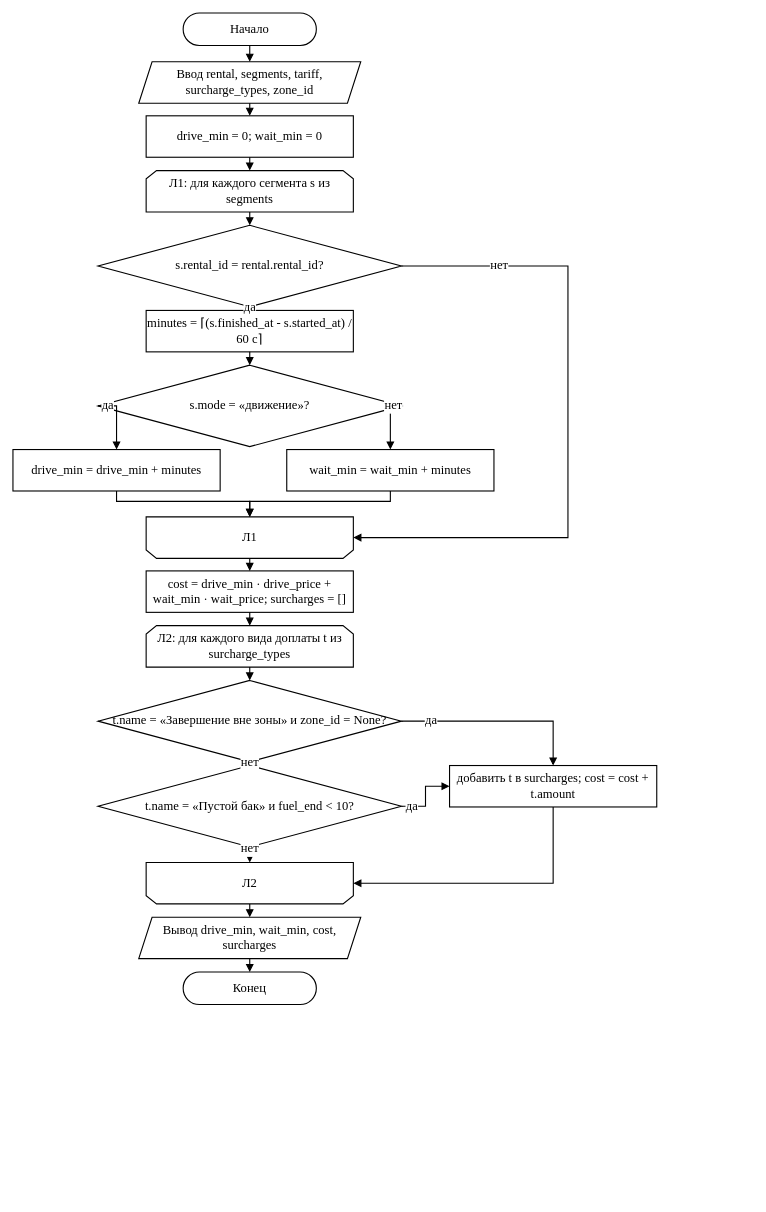
Above: models/algo_2.drawio in K1rL3s/mirea-ucheb-prak (draw.io), before the change. Source tidied: cells renumbered, new cells numbered last; positions are measured from the earlier drawing's top-left corner, leaving out a move shared by most shapes. Both pictures are drawn from the tidied source at 74%, with x=0, y=0 at pixel (13, 13).
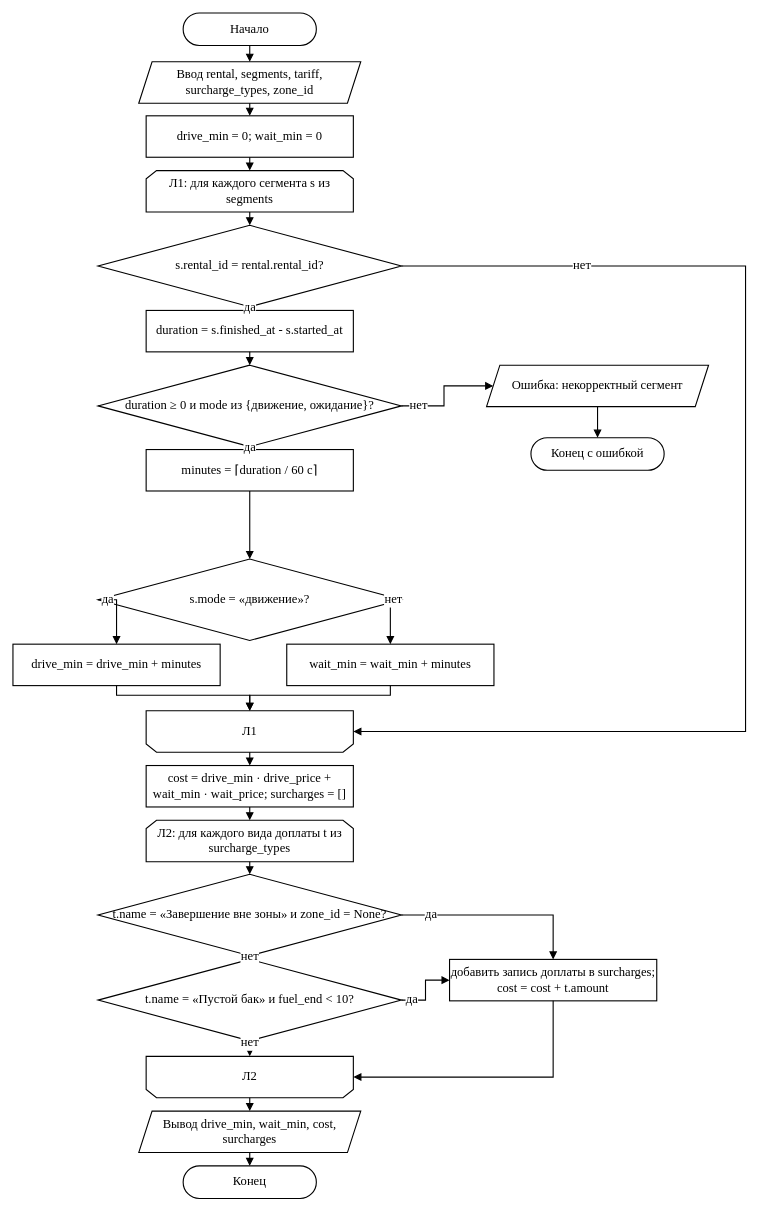
The same diagram, later.

Unchanged cells that the change refers to:
```xml
<mxCell id="6" value="s.rental_id = rental.rental_id?" style="rhombus;whiteSpace=wrap;html=1;fontSize=17;fontFamily=Times New Roman;strokeWidth=1.5;" parent="1" vertex="1">
  <mxGeometry x="115" y="287" width="410" height="110" as="geometry" />
</mxCell>
```

Change to the diagram source:
```diff
@@
+    <mxCell id="41" value="duration = s.finished_at - s.started_at" style="rounded=0;whiteSpace=wrap;html=1;fontSize=17;fontFamily=Times New Roman;strokeWidth=1.5;" parent="1" vertex="1">
+      <mxGeometry x="180" y="402" width="280" height="56" as="geometry" />
+    </mxCell>
+    <mxCell id="42" value="duration ≥ 0 и mode из {движение, ожидание}?" style="rhombus;whiteSpace=wrap;html=1;fontSize=17;fontFamily=Times New Roman;strokeWidth=1.5;" parent="1" vertex="1">
+      <mxGeometry x="115" y="476" width="410" height="110" as="geometry" />
+    </mxCell>
+    <mxCell id="43" value="Ошибка: некорректный сегмент" style="shape=parallelogram;perimeter=parallelogramPerimeter;fixedSize=1;size=18;whiteSpace=wrap;html=1;fontSize=17;fontFamily=Times New Roman;strokeWidth=1.5;" parent="1" vertex="1">
+      <mxGeometry x="640" y="476" width="300" height="56" as="geometry" />
+    </mxCell>
+    <mxCell id="44" value="Конец с ошибкой" style="rounded=1;arcSize=50;whiteSpace=wrap;html=1;fontSize=17;fontFamily=Times New Roman;strokeWidth=1.5;" parent="1" vertex="1">
+      <mxGeometry x="700" y="574" width="180" height="44" as="geometry" />
+    </mxCell>
-    <mxCell id="7" value="minutes = ⌈(s.finished_at - s.started_at) / 60 с⌉" style="rounded=0;whiteSpace=wrap;html=1;fontSize=17;fontFamily=Times New Roman;strokeWidth=1.5;" parent="1" vertex="1">
-      <mxGeometry x="180" y="402" width="280" height="56" as="geometry" />
+    <mxCell id="7" value="minutes = ⌈duration / 60 с⌉" style="rounded=0;whiteSpace=wrap;html=1;fontSize=17;fontFamily=Times New Roman;strokeWidth=1.5;" parent="1" vertex="1">
+      <mxGeometry x="180" y="590" width="280" height="56" as="geometry" />
     </mxCell>
     <mxCell id="8" value="s.mode = «движение»?" style="rhombus;whiteSpace=wrap;html=1;fontSize=17;fontFamily=Times New Roman;strokeWidth=1.5;" parent="1" vertex="1">
-      <mxGeometry x="115" y="476" width="410" height="110" as="geometry" />
+      <mxGeometry x="115" y="738" width="410" height="110" as="geometry" />
     </mxCell>
     <mxCell id="9" value="drive_min = drive_min + minutes" style="rounded=0;whiteSpace=wrap;html=1;fontSize=17;fontFamily=Times New Roman;strokeWidth=1.5;" parent="1" vertex="1">
-      <mxGeometry y="590" width="280" height="56" as="geometry" />
+      <mxGeometry y="853" width="280" height="56" as="geometry" />
     </mxCell>
     <mxCell id="10" value="wait_min = wait_min + minutes" style="rounded=0;whiteSpace=wrap;html=1;fontSize=17;fontFamily=Times New Roman;strokeWidth=1.5;" parent="1" vertex="1">
-      <mxGeometry x="370" y="590" width="280" height="56" as="geometry" />
+      <mxGeometry x="370" y="853" width="280" height="56" as="geometry" />
     </mxCell>
     <mxCell id="11" value="Л1" style="shape=loopLimit;whiteSpace=wrap;html=1;size=14;flipV=1;fontSize=17;fontFamily=Times New Roman;strokeWidth=1.5;" parent="1" vertex="1">
-      <mxGeometry x="180" y="681" width="280" height="56" as="geometry" />
+      <mxGeometry x="180" y="943" width="280" height="56" as="geometry" />
     </mxCell>
     <mxCell id="12" value="cost = drive_min · drive_price + wait_min · wait_price; surcharges = []" style="rounded=0;whiteSpace=wrap;html=1;fontSize=17;fontFamily=Times New Roman;strokeWidth=1.5;" parent="1" vertex="1">
-      <mxGeometry x="180" y="754" width="280" height="56" as="geometry" />
+      <mxGeometry x="180" y="1017" width="280" height="56" as="geometry" />
     </mxCell>
     <mxCell id="13" value="Л2: для каждого вида доплаты t из surcharge_types" style="shape=loopLimit;whiteSpace=wrap;html=1;size=14;fontSize=17;fontFamily=Times New Roman;strokeWidth=1.5;" parent="1" vertex="1">
-      <mxGeometry x="180" y="828" width="280" height="56" as="geometry" />
+      <mxGeometry x="180" y="1091" width="280" height="56" as="geometry" />
     </mxCell>
     <mxCell id="14" value="t.name = «Завершение вне зоны» и zone_id = None?" style="rhombus;whiteSpace=wrap;html=1;fontSize=17;fontFamily=Times New Roman;strokeWidth=1.5;" parent="1" vertex="1">
-      <mxGeometry x="115" y="902" width="410" height="110" as="geometry" />
+      <mxGeometry x="115" y="1164" width="410" height="110" as="geometry" />
     </mxCell>
     <mxCell id="15" value="t.name = «Пустой бак» и fuel_end &amp;lt; 10?" style="rhombus;whiteSpace=wrap;html=1;fontSize=17;fontFamily=Times New Roman;strokeWidth=1.5;" parent="1" vertex="1">
-      <mxGeometry x="115" y="1017" width="410" height="110" as="geometry" />
+      <mxGeometry x="115" y="1279" width="410" height="110" as="geometry" />
     </mxCell>
-    <mxCell id="16" value="добавить t в surcharges; cost = cost + t.amount" style="rounded=0;whiteSpace=wrap;html=1;fontSize=17;fontFamily=Times New Roman;strokeWidth=1.5;" parent="1" vertex="1">
-      <mxGeometry x="590" y="1017" width="280" height="56" as="geometry" />
+    <mxCell id="16" value="добавить запись доплаты в surcharges; cost = cost + t.amount" style="rounded=0;whiteSpace=wrap;html=1;fontSize=17;fontFamily=Times New Roman;strokeWidth=1.5;" parent="1" vertex="1">
+      <mxGeometry x="590" y="1279" width="280" height="56" as="geometry" />
     </mxCell>
     <mxCell id="17" value="Л2" style="shape=loopLimit;whiteSpace=wrap;html=1;size=14;flipV=1;fontSize=17;fontFamily=Times New Roman;strokeWidth=1.5;" parent="1" vertex="1">
-      <mxGeometry x="180" y="1148" width="280" height="56" as="geometry" />
+      <mxGeometry x="180" y="1410" width="280" height="56" as="geometry" />
     </mxCell>
     <mxCell id="18" value="Вывод drive_min, wait_min, cost, surcharges" style="shape=parallelogram;perimeter=parallelogramPerimeter;fixedSize=1;size=18;whiteSpace=wrap;html=1;fontSize=17;fontFamily=Times New Roman;strokeWidth=1.5;" parent="1" vertex="1">
-      <mxGeometry x="170" y="1222" width="300" height="56" as="geometry" />
+      <mxGeometry x="170" y="1484" width="300" height="56" as="geometry" />
     </mxCell>
     <mxCell id="19" value="Конец" style="rounded=1;arcSize=50;whiteSpace=wrap;html=1;fontSize=17;fontFamily=Times New Roman;strokeWidth=1.5;" parent="1" vertex="1">
-      <mxGeometry x="230" y="1296" width="180" height="44" as="geometry" />
+      <mxGeometry x="230" y="1558" width="180" height="44" as="geometry" />
     </mxCell>
@@
-    <mxCell id="24" value="да" style="edgeStyle=orthogonalEdgeStyle;rounded=0;html=1;endArrow=block;endFill=1;endSize=7;strokeWidth=1.5;fontSize=17;fontFamily=Times New Roman;exitX=0.5;exitY=1;exitDx=0;exitDy=0;entryX=0.5;entryY=0;entryDx=0;entryDy=0;labelBackgroundColor=#ffffff;" parent="1" edge="1" source="6" target="7">
+    <mxCell id="24" value="да" style="edgeStyle=orthogonalEdgeStyle;rounded=0;html=1;endArrow=block;endFill=1;endSize=7;strokeWidth=1.5;fontSize=17;fontFamily=Times New Roman;exitX=0.5;exitY=1;exitDx=0;exitDy=0;entryX=0.5;entryY=0;entryDx=0;entryDy=0;labelBackgroundColor=#ffffff;" parent="1" edge="1" source="6" target="41">
       <mxGeometry x="-0.7" relative="1" as="geometry" />
     </mxCell>
-    <mxCell id="25" value="нет" style="edgeStyle=orthogonalEdgeStyle;rounded=0;html=1;endArrow=block;endFill=1;endSize=7;strokeWidth=1.5;fontSize=17;fontFamily=Times New Roman;exitX=1;exitY=0.5;exitDx=0;exitDy=0;entryX=1;entryY=0.5;entryDx=0;entryDy=0;labelBackgroundColor=#ffffff;" parent="1" edge="1" source="6" target="11">
-      <mxGeometry x="-0.7" relative="1" as="geometry">
-        <Array as="points">
-          <mxPoint x="750" y="342" />
-          <mxPoint x="750" y="709" />
-        </Array>
-      </mxGeometry>
+    <mxCell id="25" style="edgeStyle=orthogonalEdgeStyle;rounded=0;html=1;endArrow=block;endFill=1;endSize=7;strokeWidth=1.5;fontSize=17;fontFamily=Times New Roman;exitX=0.5;exitY=1;exitDx=0;exitDy=0;entryX=0.5;entryY=0;entryDx=0;entryDy=0;labelBackgroundColor=#ffffff;" parent="1" edge="1" source="41" target="42">
+      <mxGeometry x="-0.7" relative="1" as="geometry" />
     </mxCell>
-    <mxCell id="26" style="edgeStyle=orthogonalEdgeStyle;rounded=0;html=1;endArrow=block;endFill=1;endSize=7;strokeWidth=1.5;fontSize=17;fontFamily=Times New Roman;exitX=0.5;exitY=1;exitDx=0;exitDy=0;entryX=0.5;entryY=0;entryDx=0;entryDy=0;labelBackgroundColor=#ffffff;" parent="1" edge="1" source="7" target="8">
+    <mxCell id="26" value="да" style="edgeStyle=orthogonalEdgeStyle;rounded=0;html=1;endArrow=block;endFill=1;endSize=7;strokeWidth=1.5;fontSize=17;fontFamily=Times New Roman;exitX=0.5;exitY=1;exitDx=0;exitDy=0;entryX=0.5;entryY=0;entryDx=0;entryDy=0;labelBackgroundColor=#ffffff;" parent="1" edge="1" source="42" target="7">
       <mxGeometry x="-0.7" relative="1" as="geometry" />
     </mxCell>
-    <mxCell id="27" value="да" style="edgeStyle=orthogonalEdgeStyle;rounded=0;html=1;endArrow=block;endFill=1;endSize=7;strokeWidth=1.5;fontSize=17;fontFamily=Times New Roman;exitX=0;exitY=0.5;exitDx=0;exitDy=0;entryX=0.5;entryY=0;entryDx=0;entryDy=0;labelBackgroundColor=#ffffff;" parent="1" edge="1" source="8" target="9">
-      <mxGeometry x="-0.7" relative="1" as="geometry">
-        <Array as="points">
-          <mxPoint x="140" y="531" />
-        </Array>
-      </mxGeometry>
+    <mxCell id="27" value="нет" style="edgeStyle=orthogonalEdgeStyle;rounded=0;html=1;endArrow=block;endFill=1;endSize=7;strokeWidth=1.5;fontSize=17;fontFamily=Times New Roman;exitX=1;exitY=0.5;exitDx=0;exitDy=0;entryX=0;entryY=0.5;entryDx=0;entryDy=0;labelBackgroundColor=#ffffff;" parent="1" edge="1" source="42" target="43">
+      <mxGeometry x="-0.7" relative="1" as="geometry" />
     </mxCell>
-    <mxCell id="28" value="нет" style="edgeStyle=orthogonalEdgeStyle;rounded=0;html=1;endArrow=block;endFill=1;endSize=7;strokeWidth=1.5;fontSize=17;fontFamily=Times New Roman;exitX=1;exitY=0.5;exitDx=0;exitDy=0;entryX=0.5;entryY=0;entryDx=0;entryDy=0;labelBackgroundColor=#ffffff;" parent="1" edge="1" source="8" target="10">
-      <mxGeometry x="-0.7" relative="1" as="geometry">
-        <Array as="points">
-          <mxPoint x="510" y="531" />
-        </Array>
-      </mxGeometry>
+    <mxCell id="28" style="edgeStyle=orthogonalEdgeStyle;rounded=0;html=1;endArrow=block;endFill=1;endSize=7;strokeWidth=1.5;fontSize=17;fontFamily=Times New Roman;exitX=0.5;exitY=1;exitDx=0;exitDy=0;entryX=0.5;entryY=0;entryDx=0;entryDy=0;labelBackgroundColor=#ffffff;" parent="1" edge="1" source="43" target="44">
+      <mxGeometry x="-0.7" relative="1" as="geometry" />
     </mxCell>
-    <mxCell id="29" style="edgeStyle=orthogonalEdgeStyle;rounded=0;html=1;endArrow=block;endFill=1;endSize=7;strokeWidth=1.5;fontSize=17;fontFamily=Times New Roman;exitX=0.5;exitY=1;exitDx=0;exitDy=0;entryX=0.5;entryY=0;entryDx=0;entryDy=0;labelBackgroundColor=#ffffff;" parent="1" edge="1" source="9" target="11">
+    <mxCell id="29" value="нет" style="edgeStyle=orthogonalEdgeStyle;rounded=0;html=1;endArrow=block;endFill=1;endSize=7;strokeWidth=1.5;fontSize=17;fontFamily=Times New Roman;exitX=1;exitY=0.5;exitDx=0;exitDy=0;entryX=1;entryY=0.5;entryDx=0;entryDy=0;labelBackgroundColor=#ffffff;" parent="1" edge="1" source="6" target="11">
       <mxGeometry x="-0.7" relative="1" as="geometry">
         <Array as="points">
-          <mxPoint x="140" y="660" />
-          <mxPoint x="320" y="660" />
+          <mxPoint x="990" y="342" />
+          <mxPoint x="990" y="971" />
         </Array>
       </mxGeometry>
     </mxCell>
-    <mxCell id="30" style="edgeStyle=orthogonalEdgeStyle;rounded=0;html=1;endArrow=block;endFill=1;endSize=7;strokeWidth=1.5;fontSize=17;fontFamily=Times New Roman;exitX=0.5;exitY=1;exitDx=0;exitDy=0;entryX=0.5;entryY=0;entryDx=0;entryDy=0;labelBackgroundColor=#ffffff;" parent="1" edge="1" source="10" target="11">
-      <mxGeometry x="-0.7" relative="1" as="geometry">
-        <Array as="points">
-          <mxPoint x="510" y="660" />
-          <mxPoint x="320" y="660" />
-        </Array>
-      </mxGeometry>
+    <mxCell id="30" style="edgeStyle=orthogonalEdgeStyle;rounded=0;html=1;endArrow=block;endFill=1;endSize=7;strokeWidth=1.5;fontSize=17;fontFamily=Times New Roman;exitX=0.5;exitY=1;exitDx=0;exitDy=0;entryX=0.5;entryY=0;entryDx=0;entryDy=0;labelBackgroundColor=#ffffff;" parent="1" edge="1" source="7" target="8">
+      <mxGeometry x="-0.7" relative="1" as="geometry" />
     </mxCell>
-    <mxCell id="31" style="edgeStyle=orthogonalEdgeStyle;rounded=0;html=1;endArrow=block;endFill=1;endSize=7;strokeWidth=1.5;fontSize=17;fontFamily=Times New Roman;exitX=0.5;exitY=1;exitDx=0;exitDy=0;entryX=0.5;entryY=0;entryDx=0;entryDy=0;labelBackgroundColor=#ffffff;" parent="1" edge="1" source="11" target="12">
-      <mxGeometry x="-0.7" relative="1" as="geometry" />
+    <mxCell id="31" value="да" style="edgeStyle=orthogonalEdgeStyle;rounded=0;html=1;endArrow=block;endFill=1;endSize=7;strokeWidth=1.5;fontSize=17;fontFamily=Times New Roman;exitX=0;exitY=0.5;exitDx=0;exitDy=0;entryX=0.5;entryY=0;entryDx=0;entryDy=0;labelBackgroundColor=#ffffff;" parent="1" edge="1" source="8" target="9">
+      <mxGeometry x="-0.7" relative="1" as="geometry">
+        <Array as="points">
+          <mxPoint x="140" y="793" />
+        </Array>
+      </mxGeometry>
     </mxCell>
-    <mxCell id="32" style="edgeStyle=orthogonalEdgeStyle;rounded=0;html=1;endArrow=block;endFill=1;endSize=7;strokeWidth=1.5;fontSize=17;fontFamily=Times New Roman;exitX=0.5;exitY=1;exitDx=0;exitDy=0;entryX=0.5;entryY=0;entryDx=0;entryDy=0;labelBackgroundColor=#ffffff;" parent="1" edge="1" source="12" target="13">
-      <mxGeometry x="-0.7" relative="1" as="geometry" />
+    <mxCell id="32" value="нет" style="edgeStyle=orthogonalEdgeStyle;rounded=0;html=1;endArrow=block;endFill=1;endSize=7;strokeWidth=1.5;fontSize=17;fontFamily=Times New Roman;exitX=1;exitY=0.5;exitDx=0;exitDy=0;entryX=0.5;entryY=0;entryDx=0;entryDy=0;labelBackgroundColor=#ffffff;" parent="1" edge="1" source="8" target="10">
+      <mxGeometry x="-0.7" relative="1" as="geometry">
+        <Array as="points">
+          <mxPoint x="510" y="793" />
+        </Array>
+      </mxGeometry>
     </mxCell>
-    <mxCell id="33" style="edgeStyle=orthogonalEdgeStyle;rounded=0;html=1;endArrow=block;endFill=1;endSize=7;strokeWidth=1.5;fontSize=17;fontFamily=Times New Roman;exitX=0.5;exitY=1;exitDx=0;exitDy=0;entryX=0.5;entryY=0;entryDx=0;entryDy=0;labelBackgroundColor=#ffffff;" parent="1" edge="1" source="13" target="14">
-      <mxGeometry x="-0.7" relative="1" as="geometry" />
+    <mxCell id="33" style="edgeStyle=orthogonalEdgeStyle;rounded=0;html=1;endArrow=block;endFill=1;endSize=7;strokeWidth=1.5;fontSize=17;fontFamily=Times New Roman;exitX=0.5;exitY=1;exitDx=0;exitDy=0;entryX=0.5;entryY=0;entryDx=0;entryDy=0;labelBackgroundColor=#ffffff;" parent="1" edge="1" source="9" target="11">
+      <mxGeometry x="-0.7" relative="1" as="geometry">
+        <Array as="points">
+          <mxPoint x="140" y="922" />
+          <mxPoint x="320" y="922" />
+        </Array>
+      </mxGeometry>
     </mxCell>
-    <mxCell id="34" value="да" style="edgeStyle=orthogonalEdgeStyle;rounded=0;html=1;endArrow=block;endFill=1;endSize=7;strokeWidth=1.5;fontSize=17;fontFamily=Times New Roman;exitX=1;exitY=0.5;exitDx=0;exitDy=0;entryX=0.5;entryY=0;entryDx=0;entryDy=0;labelBackgroundColor=#ffffff;" parent="1" edge="1" source="14" target="16">
+    <mxCell id="34" style="edgeStyle=orthogonalEdgeStyle;rounded=0;html=1;endArrow=block;endFill=1;endSize=7;strokeWidth=1.5;fontSize=17;fontFamily=Times New Roman;exitX=0.5;exitY=1;exitDx=0;exitDy=0;entryX=0.5;entryY=0;entryDx=0;entryDy=0;labelBackgroundColor=#ffffff;" parent="1" edge="1" source="10" target="11">
       <mxGeometry x="-0.7" relative="1" as="geometry">
         <Array as="points">
-          <mxPoint x="730" y="957" />
+          <mxPoint x="510" y="922" />
+          <mxPoint x="320" y="922" />
         </Array>
       </mxGeometry>
     </mxCell>
-    <mxCell id="35" value="нет" style="edgeStyle=orthogonalEdgeStyle;rounded=0;html=1;endArrow=block;endFill=1;endSize=7;strokeWidth=1.5;fontSize=17;fontFamily=Times New Roman;exitX=0.5;exitY=1;exitDx=0;exitDy=0;entryX=0.5;entryY=0;entryDx=0;entryDy=0;labelBackgroundColor=#ffffff;" parent="1" edge="1" source="14" target="15">
+    <mxCell id="35" style="edgeStyle=orthogonalEdgeStyle;rounded=0;html=1;endArrow=block;endFill=1;endSize=7;strokeWidth=1.5;fontSize=17;fontFamily=Times New Roman;exitX=0.5;exitY=1;exitDx=0;exitDy=0;entryX=0.5;entryY=0;entryDx=0;entryDy=0;labelBackgroundColor=#ffffff;" parent="1" edge="1" source="11" target="12">
       <mxGeometry x="-0.7" relative="1" as="geometry" />
     </mxCell>
-    <mxCell id="36" value="да" style="edgeStyle=orthogonalEdgeStyle;rounded=0;html=1;endArrow=block;endFill=1;endSize=7;strokeWidth=1.5;fontSize=17;fontFamily=Times New Roman;exitX=1;exitY=0.5;exitDx=0;exitDy=0;entryX=0;entryY=0.5;entryDx=0;entryDy=0;labelBackgroundColor=#ffffff;" parent="1" edge="1" source="15" target="16">
+    <mxCell id="36" style="edgeStyle=orthogonalEdgeStyle;rounded=0;html=1;endArrow=block;endFill=1;endSize=7;strokeWidth=1.5;fontSize=17;fontFamily=Times New Roman;exitX=0.5;exitY=1;exitDx=0;exitDy=0;entryX=0.5;entryY=0;entryDx=0;entryDy=0;labelBackgroundColor=#ffffff;" parent="1" edge="1" source="12" target="13">
       <mxGeometry x="-0.7" relative="1" as="geometry" />
     </mxCell>
-    <mxCell id="37" value="нет" style="edgeStyle=orthogonalEdgeStyle;rounded=0;html=1;endArrow=block;endFill=1;endSize=7;strokeWidth=1.5;fontSize=17;fontFamily=Times New Roman;exitX=0.5;exitY=1;exitDx=0;exitDy=0;entryX=0.5;entryY=0;entryDx=0;entryDy=0;labelBackgroundColor=#ffffff;" parent="1" edge="1" source="15" target="17">
+    <mxCell id="37" style="edgeStyle=orthogonalEdgeStyle;rounded=0;html=1;endArrow=block;endFill=1;endSize=7;strokeWidth=1.5;fontSize=17;fontFamily=Times New Roman;exitX=0.5;exitY=1;exitDx=0;exitDy=0;entryX=0.5;entryY=0;entryDx=0;entryDy=0;labelBackgroundColor=#ffffff;" parent="1" edge="1" source="13" target="14">
       <mxGeometry x="-0.7" relative="1" as="geometry" />
     </mxCell>
-    <mxCell id="38" style="edgeStyle=orthogonalEdgeStyle;rounded=0;html=1;endArrow=block;endFill=1;endSize=7;strokeWidth=1.5;fontSize=17;fontFamily=Times New Roman;exitX=0.5;exitY=1;exitDx=0;exitDy=0;entryX=1;entryY=0.5;entryDx=0;entryDy=0;labelBackgroundColor=#ffffff;" parent="1" edge="1" source="16" target="17">
+    <mxCell id="38" value="да" style="edgeStyle=orthogonalEdgeStyle;rounded=0;html=1;endArrow=block;endFill=1;endSize=7;strokeWidth=1.5;fontSize=17;fontFamily=Times New Roman;exitX=1;exitY=0.5;exitDx=0;exitDy=0;entryX=0.5;entryY=0;entryDx=0;entryDy=0;labelBackgroundColor=#ffffff;" parent="1" edge="1" source="14" target="16">
       <mxGeometry x="-0.7" relative="1" as="geometry">
         <Array as="points">
-          <mxPoint x="730" y="1176" />
+          <mxPoint x="730" y="1219" />
         </Array>
       </mxGeometry>
     </mxCell>
-    <mxCell id="39" style="edgeStyle=orthogonalEdgeStyle;rounded=0;html=1;endArrow=block;endFill=1;endSize=7;strokeWidth=1.5;fontSize=17;fontFamily=Times New Roman;exitX=0.5;exitY=1;exitDx=0;exitDy=0;entryX=0.5;entryY=0;entryDx=0;entryDy=0;labelBackgroundColor=#ffffff;" parent="1" edge="1" source="17" target="18">
+    <mxCell id="39" value="нет" style="edgeStyle=orthogonalEdgeStyle;rounded=0;html=1;endArrow=block;endFill=1;endSize=7;strokeWidth=1.5;fontSize=17;fontFamily=Times New Roman;exitX=0.5;exitY=1;exitDx=0;exitDy=0;entryX=0.5;entryY=0;entryDx=0;entryDy=0;labelBackgroundColor=#ffffff;" parent="1" edge="1" source="14" target="15">
       <mxGeometry x="-0.7" relative="1" as="geometry" />
     </mxCell>
-    <mxCell id="40" style="edgeStyle=orthogonalEdgeStyle;rounded=0;html=1;endArrow=block;endFill=1;endSize=7;strokeWidth=1.5;fontSize=17;fontFamily=Times New Roman;exitX=0.5;exitY=1;exitDx=0;exitDy=0;entryX=0.5;entryY=0;entryDx=0;entryDy=0;labelBackgroundColor=#ffffff;" parent="1" edge="1" source="18" target="19">
+    <mxCell id="40" value="да" style="edgeStyle=orthogonalEdgeStyle;rounded=0;html=1;endArrow=block;endFill=1;endSize=7;strokeWidth=1.5;fontSize=17;fontFamily=Times New Roman;exitX=1;exitY=0.5;exitDx=0;exitDy=0;entryX=0;entryY=0.5;entryDx=0;entryDy=0;labelBackgroundColor=#ffffff;" parent="1" edge="1" source="15" target="16">
       <mxGeometry x="-0.7" relative="1" as="geometry" />
     </mxCell>
+    <mxCell id="45" value="нет" style="edgeStyle=orthogonalEdgeStyle;rounded=0;html=1;endArrow=block;endFill=1;endSize=7;strokeWidth=1.5;fontSize=17;fontFamily=Times New Roman;exitX=0.5;exitY=1;exitDx=0;exitDy=0;entryX=0.5;entryY=0;entryDx=0;entryDy=0;labelBackgroundColor=#ffffff;" parent="1" edge="1" source="15" target="17">
+      <mxGeometry x="-0.7" relative="1" as="geometry" />
+    </mxCell>
+    <mxCell id="46" style="edgeStyle=orthogonalEdgeStyle;rounded=0;html=1;endArrow=block;endFill=1;endSize=7;strokeWidth=1.5;fontSize=17;fontFamily=Times New Roman;exitX=0.5;exitY=1;exitDx=0;exitDy=0;entryX=1;entryY=0.5;entryDx=0;entryDy=0;labelBackgroundColor=#ffffff;" parent="1" edge="1" source="16" target="17">
+      <mxGeometry x="-0.7" relative="1" as="geometry">
+        <Array as="points">
+          <mxPoint x="730" y="1438" />
+        </Array>
+      </mxGeometry>
+    </mxCell>
+    <mxCell id="47" style="edgeStyle=orthogonalEdgeStyle;rounded=0;html=1;endArrow=block;endFill=1;endSize=7;strokeWidth=1.5;fontSize=17;fontFamily=Times New Roman;exitX=0.5;exitY=1;exitDx=0;exitDy=0;entryX=0.5;entryY=0;entryDx=0;entryDy=0;labelBackgroundColor=#ffffff;" parent="1" edge="1" source="17" target="18">
+      <mxGeometry x="-0.7" relative="1" as="geometry" />
+    </mxCell>
+    <mxCell id="48" style="edgeStyle=orthogonalEdgeStyle;rounded=0;html=1;endArrow=block;endFill=1;endSize=7;strokeWidth=1.5;fontSize=17;fontFamily=Times New Roman;exitX=0.5;exitY=1;exitDx=0;exitDy=0;entryX=0.5;entryY=0;entryDx=0;entryDy=0;labelBackgroundColor=#ffffff;" parent="1" edge="1" source="18" target="19">
+      <mxGeometry x="-0.7" relative="1" as="geometry" />
+    </mxCell>
```
